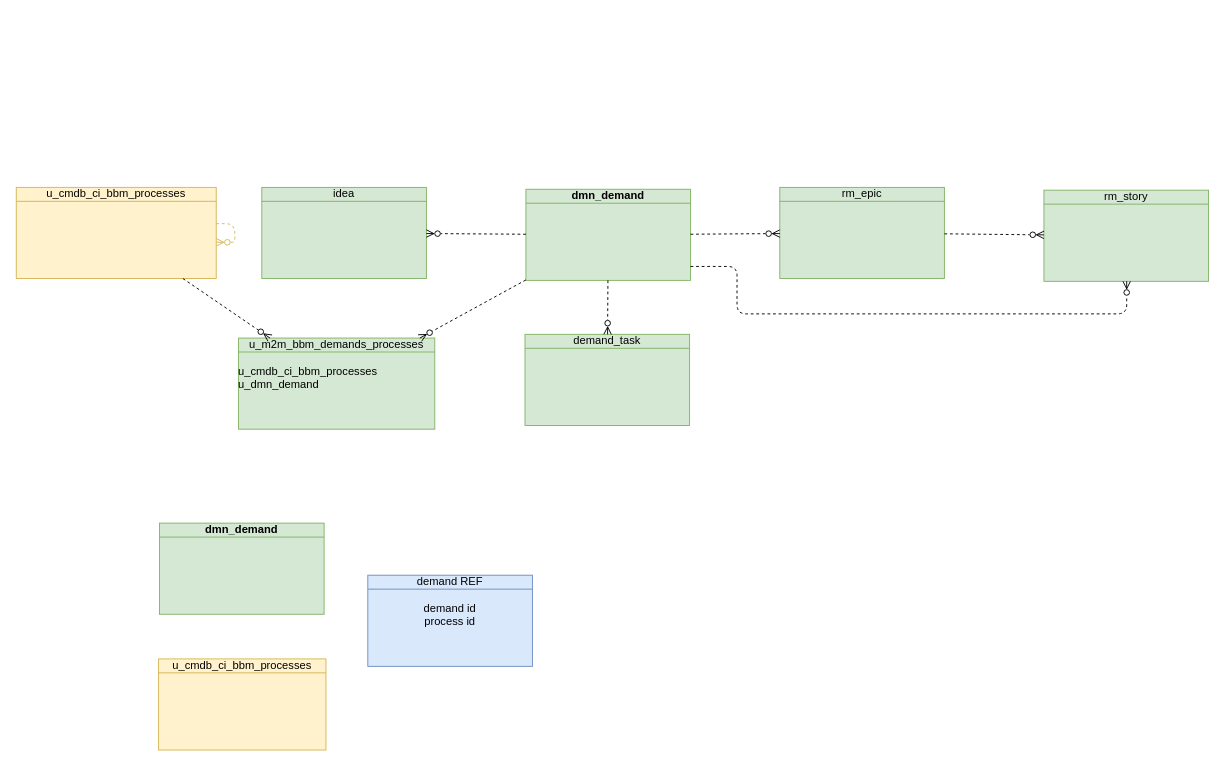
This is page "report" (12 of 14) of Bosch.drawio from algimas/tmp, a draw.io file, before an edit. Source tidied: cells renumbered, new cells numbered last; positions are measured from the earlier drawing's top-left corner, leaving out a move shared by most shapes. Both pictures are drawn from the tidied source at 93%, with x=0, y=0 at pixel (16, 187).
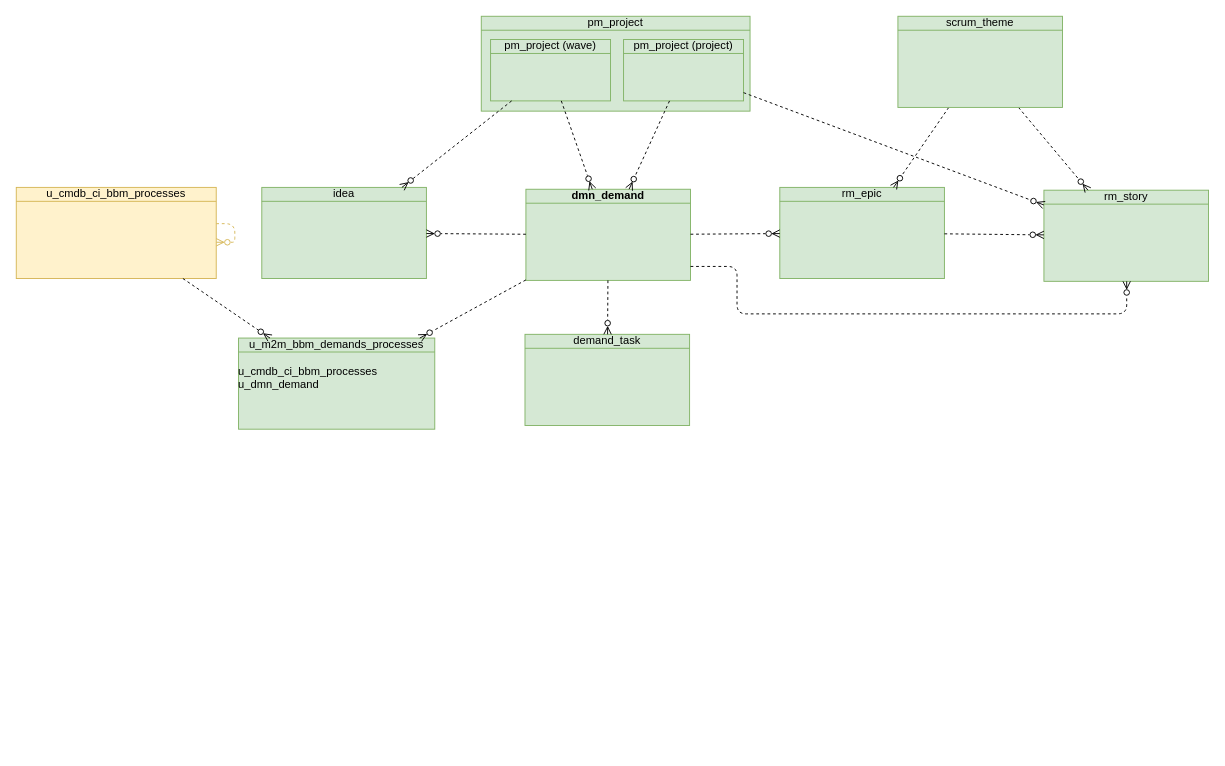
After the change.

Unchanged cells that the change refers to:
```xml
<mxCell id="4" value="&lt;b&gt;dmn_demand&lt;/b&gt;" style="html=1;outlineConnect=0;whiteSpace=wrap;fillColor=#d5e8d4;shape=mxgraph.archimate3.businessObject;overflow=fill;strokeColor=#82b366;" parent="1" vertex="1">
  <mxGeometry x="548" y="2" width="177" height="98" as="geometry" />
</mxCell>
<mxCell id="5" value="rm_epic" style="html=1;outlineConnect=0;whiteSpace=wrap;fillColor=#d5e8d4;shape=mxgraph.archimate3.businessObject;overflow=fill;strokeColor=#82b366;" parent="1" vertex="1">
  <mxGeometry x="821" width="177" height="98" as="geometry" />
</mxCell>
<mxCell id="7" value="rm_story" style="html=1;outlineConnect=0;whiteSpace=wrap;fillColor=#d5e8d4;shape=mxgraph.archimate3.businessObject;overflow=fill;strokeColor=#82b366;" parent="1" vertex="1">
  <mxGeometry x="1105" y="3" width="177" height="98" as="geometry" />
</mxCell>
<mxCell id="10" value="idea" style="html=1;outlineConnect=0;whiteSpace=wrap;fillColor=#d5e8d4;shape=mxgraph.archimate3.businessObject;overflow=fill;strokeColor=#82b366;" parent="1" vertex="1">
  <mxGeometry x="264" width="177" height="98" as="geometry" />
</mxCell>
```

Change to the diagram source:
```diff
@@
-    <mxCell id="17" value="demand REF&lt;div&gt;&lt;br&gt;&lt;/div&gt;&lt;div&gt;demand id&lt;/div&gt;&lt;div&gt;process id&lt;/div&gt;" style="html=1;whiteSpace=wrap;fillColor=#dae8fc;shape=mxgraph.archimate3.businessObject;overflow=fill;strokeColor=#6c8ebf;" parent="1" vertex="1">
-      <mxGeometry x="378" y="417" width="177" height="98" as="geometry" />
-    </mxCell>
-    <mxCell id="18" value="&lt;b&gt;dmn_demand&lt;/b&gt;" style="html=1;whiteSpace=wrap;fillColor=#d5e8d4;shape=mxgraph.archimate3.businessObject;overflow=fill;strokeColor=#82b366;" parent="1" vertex="1">
-      <mxGeometry x="154" y="361" width="177" height="98" as="geometry" />
-    </mxCell>
-    <mxCell id="19" value="u_cmdb_ci_bbm_processes" style="html=1;whiteSpace=wrap;fillColor=#fff2cc;shape=mxgraph.archimate3.businessObject;overflow=fill;strokeColor=#d6b656;" parent="1" vertex="1">
-      <mxGeometry x="153" y="507" width="180" height="98" as="geometry" />
-    </mxCell>
+    <mxCell id="20" value="pm_project" style="html=1;whiteSpace=wrap;fillColor=#d5e8d4;shape=mxgraph.archimate3.businessObject;overflow=fill;strokeColor=#82b366;" parent="1" vertex="1">
+      <mxGeometry x="500" y="-184" width="289" height="102" as="geometry" />
+    </mxCell>
+    <mxCell id="21" value="pm_project (project)" style="html=1;outlineConnect=0;whiteSpace=wrap;fillColor=#d5e8d4;shape=mxgraph.archimate3.businessObject;overflow=fill;strokeColor=#82b366;" parent="1" vertex="1">
+      <mxGeometry x="653" y="-159" width="129" height="66" as="geometry" />
+    </mxCell>
+    <mxCell id="22" value="pm_project (wave)" style="html=1;outlineConnect=0;whiteSpace=wrap;fillColor=#d5e8d4;shape=mxgraph.archimate3.businessObject;overflow=fill;strokeColor=#82b366;" parent="1" vertex="1">
+      <mxGeometry x="510" y="-159" width="129" height="66" as="geometry" />
+    </mxCell>
+    <mxCell id="23" style="html=1;dashed=1;labelBackgroundColor=none;startArrow=none;endArrow=ERzeroToMany;fontFamily=Verdana;fontSize=12;align=left;startFill=0;endFill=0;" parent="1" edge="1" source="22" target="10">
+      <mxGeometry relative="1" as="geometry" />
+    </mxCell>
+    <mxCell id="24" style="html=1;dashed=1;labelBackgroundColor=none;startArrow=none;endArrow=ERzeroToMany;fontFamily=Verdana;fontSize=12;align=left;startFill=0;endFill=0;" parent="1" edge="1" source="22" target="4">
+      <mxGeometry relative="1" as="geometry" />
+    </mxCell>
+    <mxCell id="25" style="html=1;dashed=1;labelBackgroundColor=none;startArrow=none;endArrow=ERzeroToMany;fontFamily=Verdana;fontSize=12;align=left;startFill=0;endFill=0;" parent="1" edge="1" source="21" target="4">
+      <mxGeometry relative="1" as="geometry" />
+    </mxCell>
+    <mxCell id="26" style="html=1;dashed=1;labelBackgroundColor=none;startArrow=none;endArrow=ERzeroToMany;fontFamily=Verdana;fontSize=12;align=left;startFill=0;endFill=0;" parent="1" edge="1" source="21" target="7">
+      <mxGeometry relative="1" as="geometry" />
+    </mxCell>
+    <mxCell id="27" style="html=1;dashed=1;labelBackgroundColor=none;startArrow=none;endArrow=ERzeroToMany;fontFamily=Verdana;fontSize=12;align=left;startFill=0;endFill=0;" parent="1" edge="1" source="29" target="7">
+      <mxGeometry relative="1" as="geometry" />
+    </mxCell>
+    <mxCell id="28" style="html=1;dashed=1;labelBackgroundColor=none;startArrow=none;endArrow=ERzeroToMany;fontFamily=Verdana;fontSize=12;align=left;startFill=0;endFill=0;" parent="1" edge="1" source="29" target="5">
+      <mxGeometry relative="1" as="geometry" />
+    </mxCell>
+    <mxCell id="29" value="scrum_theme" style="html=1;outlineConnect=0;whiteSpace=wrap;fillColor=#d5e8d4;shape=mxgraph.archimate3.businessObject;overflow=fill;strokeColor=#82b366;" parent="1" vertex="1">
+      <mxGeometry x="948" y="-184" width="177" height="98" as="geometry" />
+    </mxCell>
```
